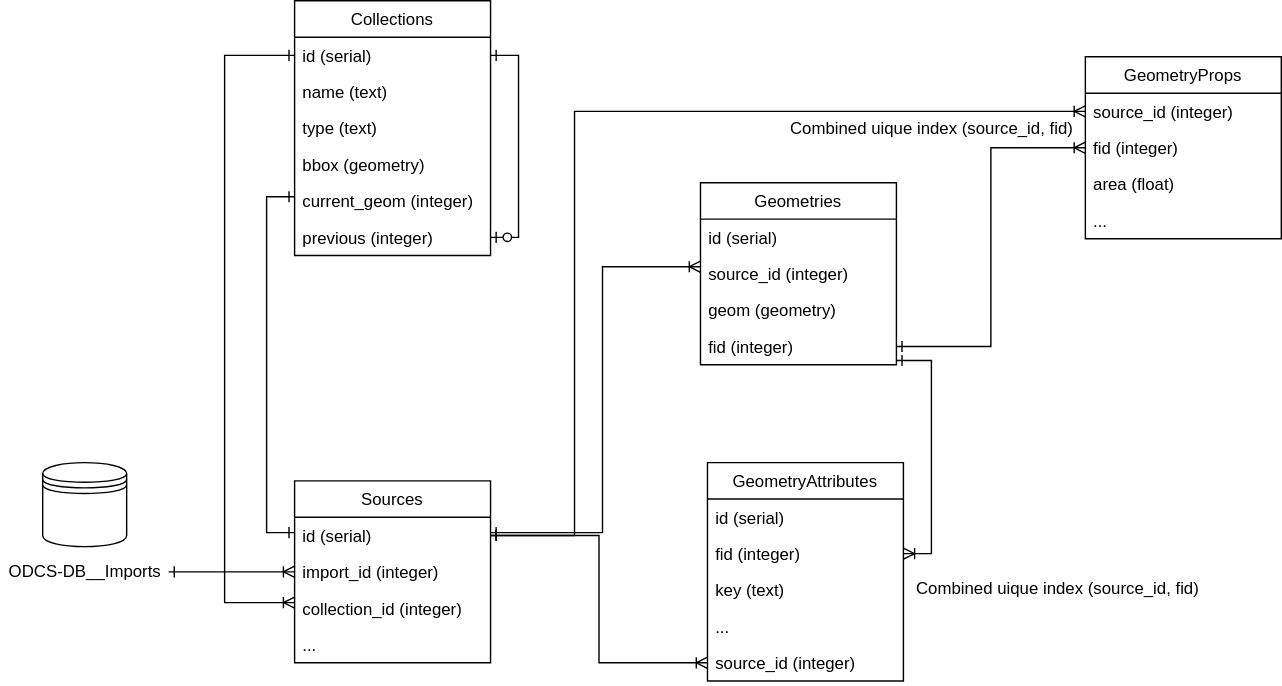
opendatacloudservices/local-classification-spatial keeps this draw.io diagram as orm.drawio.svg. Above is the earlier version. Source tidied: cells renumbered, new cells last; positions are measured from the earlier drawing's top-left corner, leaving out a move shared by most shapes.
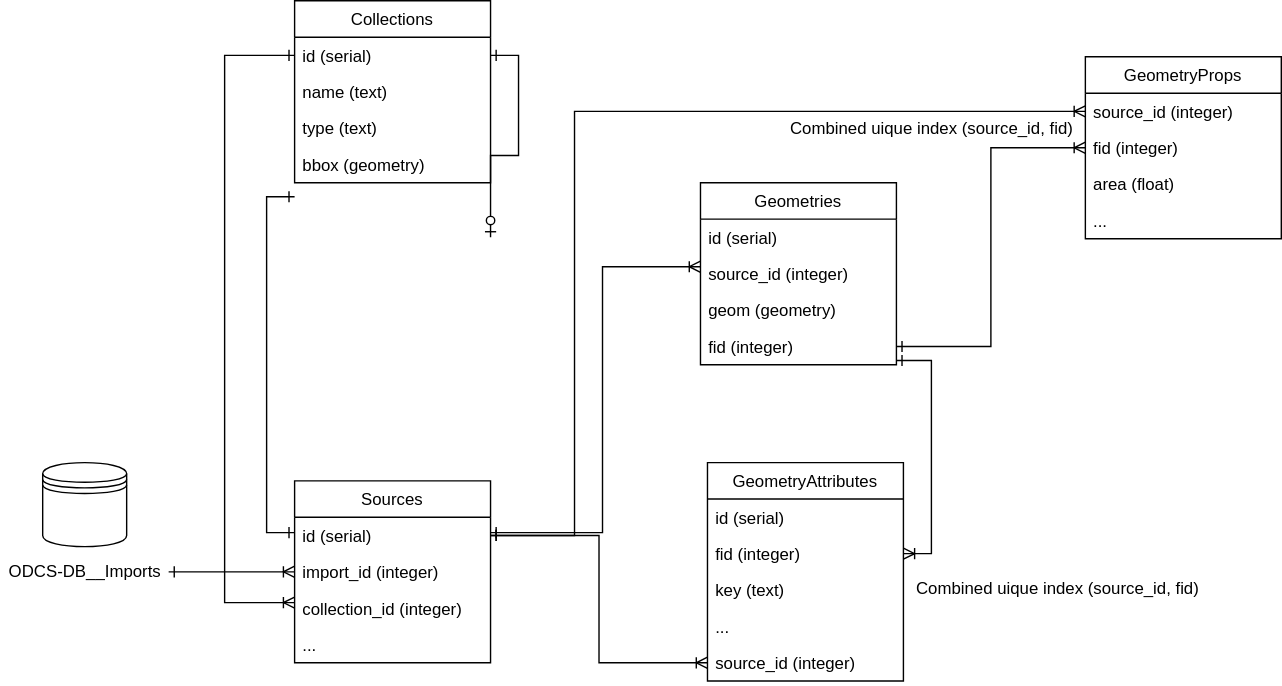
The same diagram one commit later.

The edit, as a diff of the source:
```diff
@@ -3,7 +3,7 @@
     <mxCell id="0" />
     <mxCell id="1" parent="0" />
     <mxCell id="2" value="Collections" style="swimlane;fontStyle=0;horizontal=1;startSize=26;fillColor=none;" parent="1" vertex="1">
-      <mxGeometry x="210" width="140" height="182" as="geometry" />
+      <mxGeometry x="210" width="140" height="130" as="geometry" />
     </mxCell>
     <mxCell id="3" value="id (serial)" style="text;strokeColor=none;fillColor=none;align=left;verticalAlign=top;spacingLeft=4;spacingRight=4;overflow=hidden;points=[[0,0.5],[1,0.5]];portConstraint=eastwest;" parent="2" vertex="1">
       <mxGeometry y="26" width="140" height="26" as="geometry" />
@@ -17,15 +17,11 @@
     <mxCell id="6" value="bbox (geometry)" style="text;strokeColor=none;fillColor=none;align=left;verticalAlign=top;spacingLeft=4;spacingRight=4;overflow=hidden;" parent="2" vertex="1">
       <mxGeometry y="104" width="140" height="26" as="geometry" />
     </mxCell>
-    <mxCell id="7" value="current_geom (integer)" style="text;strokeColor=none;fillColor=none;align=left;verticalAlign=top;spacingLeft=4;spacingRight=4;overflow=hidden;" parent="2" vertex="1">
-      <mxGeometry y="130" width="140" height="26" as="geometry" />
-    </mxCell>
-    <mxCell id="8" style="edgeStyle=orthogonalEdgeStyle;rounded=0;jettySize=auto;html=1;exitX=1;exitY=0.5;exitDx=0;exitDy=0;entryX=1;entryY=0.5;entryDx=0;entryDy=0;startArrow=ERzeroToOne;startFill=1;endArrow=ERone;endFill=0;" parent="2" edge="1" source="9" target="3">
-      <mxGeometry relative="1" as="geometry" />
+    <mxCell id="8" style="edgeStyle=orthogonalEdgeStyle;rounded=0;jettySize=auto;html=1;exitX=1;exitY=0.5;exitDx=0;exitDy=0;entryX=1;entryY=0.5;entryDx=0;entryDy=0;startArrow=ERzeroToOne;startFill=1;endArrow=ERone;endFill=0;" parent="2" edge="1" target="3">
+      <mxGeometry relative="1" as="geometry">
+        <mxPoint x="140" y="169" as="sourcePoint" />
+      </mxGeometry>
     </mxCell>
-    <mxCell id="9" value="previous (integer)" style="text;strokeColor=none;fillColor=none;align=left;verticalAlign=top;spacingLeft=4;spacingRight=4;overflow=hidden;points=[[0,0.5],[1,0.5]];portConstraint=eastwest;" parent="2" vertex="1">
-      <mxGeometry y="156" width="140" height="26" as="geometry" />
-    </mxCell>
     <mxCell id="10" value="Geometries" style="swimlane;fontStyle=0;horizontal=1;startSize=26;fillColor=none;" parent="1" vertex="1">
       <mxGeometry x="500" y="130" width="140" height="130" as="geometry" />
     </mxCell>
```
